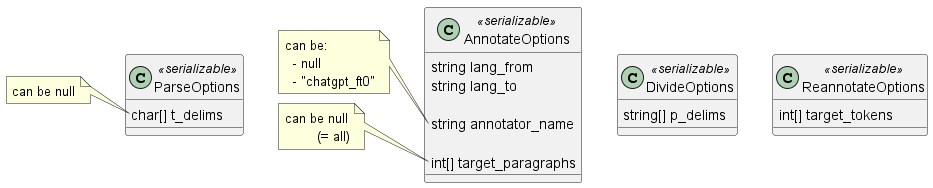
The PlantUML diagram docs/design/images/class_req_options.png in parkchamchi/GlossySnake, before a commit.
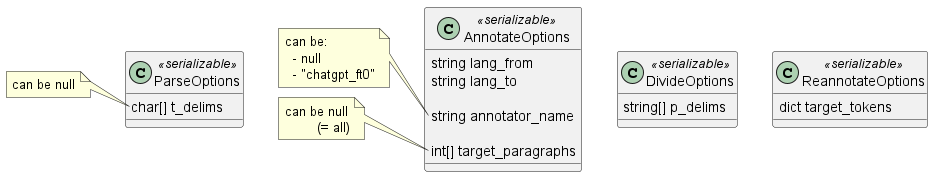
After the change.

Commit message:
redef. `reannotate_options`

Diff of the diagram source:
```diff
@@ -31,6 +31,6 @@
 
 
 class ReannotateOptions <<serializable>> {
-	int[] target_tokens
+	dict target_tokens
 }
 @enduml
```
